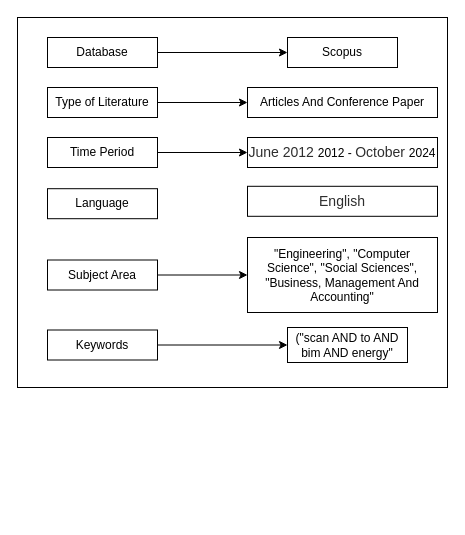
Before: methodology.drawio in JeanViaunel/chickenKawa-v1, a draw.io diagram. Source tidied: cells renumbered, new cells numbered last; positions are measured from the earlier drawing's top-left corner, leaving out a move shared by most shapes. Both pictures are drawn from the tidied source at 100%, with x=0, y=0 at pixel (17, 17).
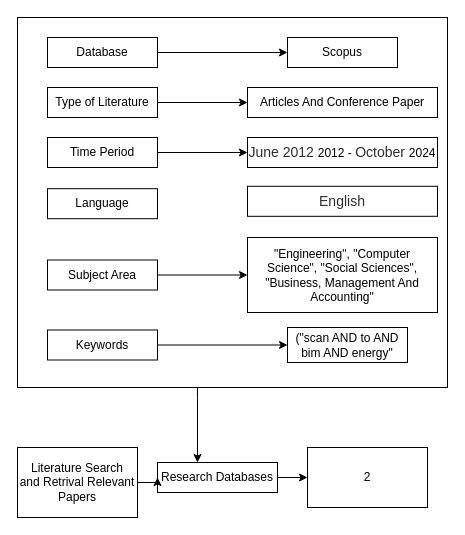
The same diagram, later.

The change refers to these unchanged cells:
```xml
<mxCell id="2" style="rounded=0;whiteSpace=wrap;html=1;" parent="1" vertex="1">
  <mxGeometry width="430" height="370" as="geometry" />
</mxCell>
```

What changed in the source:
```diff
@@
+    <mxCell id="20" style="edgeStyle=orthogonalEdgeStyle;rounded=0;jettySize=auto;html=1;" parent="1" edge="1" source="2" target="22">
+      <mxGeometry relative="1" as="geometry">
+        <Array as="points">
+          <mxPoint x="180" y="380" />
+          <mxPoint x="180" y="380" />
+        </Array>
+      </mxGeometry>
+    </mxCell>
@@
+    <mxCell id="21" style="edgeStyle=orthogonalEdgeStyle;rounded=0;jettySize=auto;html=1;" parent="1" edge="1" source="22" target="25">
+      <mxGeometry relative="1" as="geometry" />
+    </mxCell>
+    <mxCell id="22" value="Research Databases" style="whiteSpace=wrap;html=1;rounded=0;" parent="1" vertex="1">
+      <mxGeometry x="140" y="445" width="120" height="30" as="geometry" />
+    </mxCell>
+    <mxCell id="23" style="edgeStyle=orthogonalEdgeStyle;rounded=0;jettySize=auto;html=1;" parent="1" edge="1" source="24" target="22">
+      <mxGeometry relative="1" as="geometry" />
+    </mxCell>
+    <mxCell id="24" value="Literature Search and&amp;nbsp;Retrival Relevant Papers" style="whiteSpace=wrap;html=1;rounded=0;" parent="1" vertex="1">
+      <mxGeometry y="430" width="120" height="70" as="geometry" />
+    </mxCell>
+    <mxCell id="25" value="2" style="whiteSpace=wrap;html=1;rounded=0;" parent="1" vertex="1">
+      <mxGeometry x="290" y="430" width="120" height="60" as="geometry" />
+    </mxCell>
```
